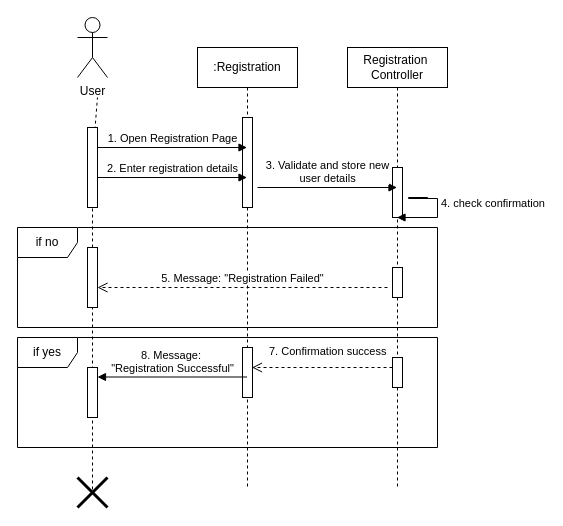
This is page "Registration" (1 of 15) of Sequence Diagram.drawio from shamim36/Final-Defence-Diagram, a draw.io file, before an edit. Source tidied: cells renumbered, new cells numbered last; positions are measured from the earlier drawing's top-left corner, leaving out a move shared by most shapes. Both pictures are drawn from the tidied source at 100%, with x=0, y=0 at pixel (17, 17).
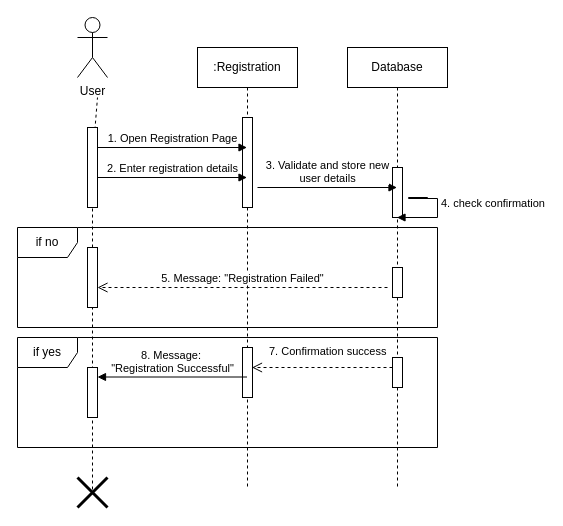
The same diagram, later.

Diff of the diagram source:
```diff
@@
-    <mxCell id="4" value="Registration&amp;nbsp;&lt;div&gt;Controller&lt;/div&gt;" style="shape=umlLifeline;perimeter=lifelinePerimeter;whiteSpace=wrap;html=1;newEdgeStyle={&quot;edgeStyle&quot;:&quot;elbowEdgeStyle&quot;,&quot;elbow&quot;:&quot;vertical&quot;,&quot;curved&quot;:0,&quot;rounded&quot;:0};" parent="1" vertex="1">
+    <mxCell id="4" value="Database" style="shape=umlLifeline;perimeter=lifelinePerimeter;whiteSpace=wrap;html=1;newEdgeStyle={&quot;edgeStyle&quot;:&quot;elbowEdgeStyle&quot;,&quot;elbow&quot;:&quot;vertical&quot;,&quot;curved&quot;:0,&quot;rounded&quot;:0};" parent="1" vertex="1">
       <mxGeometry x="330" y="30" width="100" height="440" as="geometry" />
     </mxCell>
```
